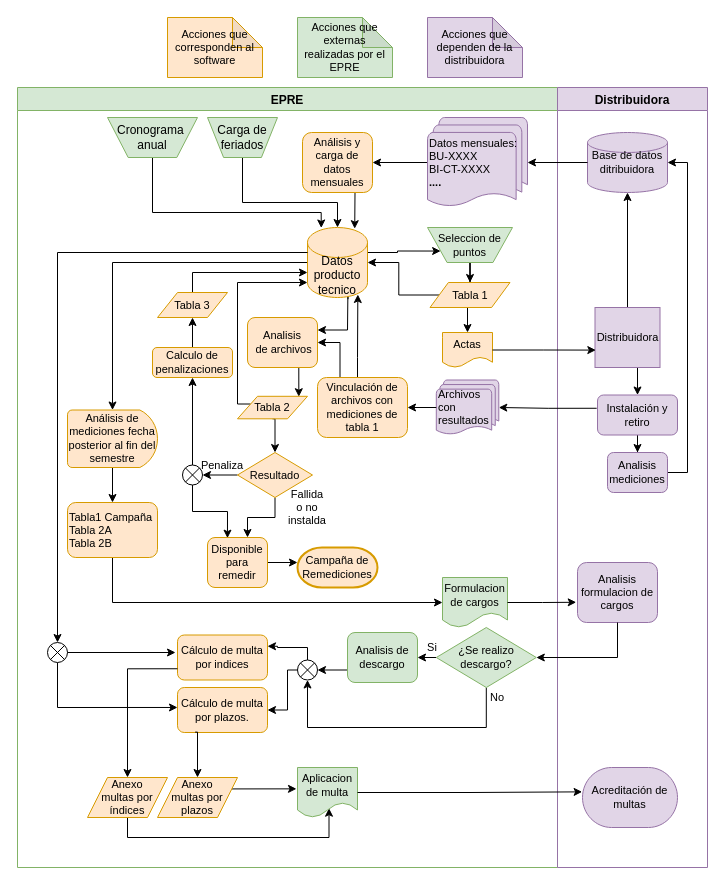
The draw.io diagram Untitled Diagram.drawio in EpreCalidadRN/Datos-de-usuarios-mala-calidad-de-servicio, before the edit. Source tidied: cells renumbered, new cells numbered last; positions are measured from the earlier drawing's top-left corner, leaving out a move shared by most shapes. Both pictures are drawn from the tidied source at 100%, with x=0, y=0 at pixel (17, 17).
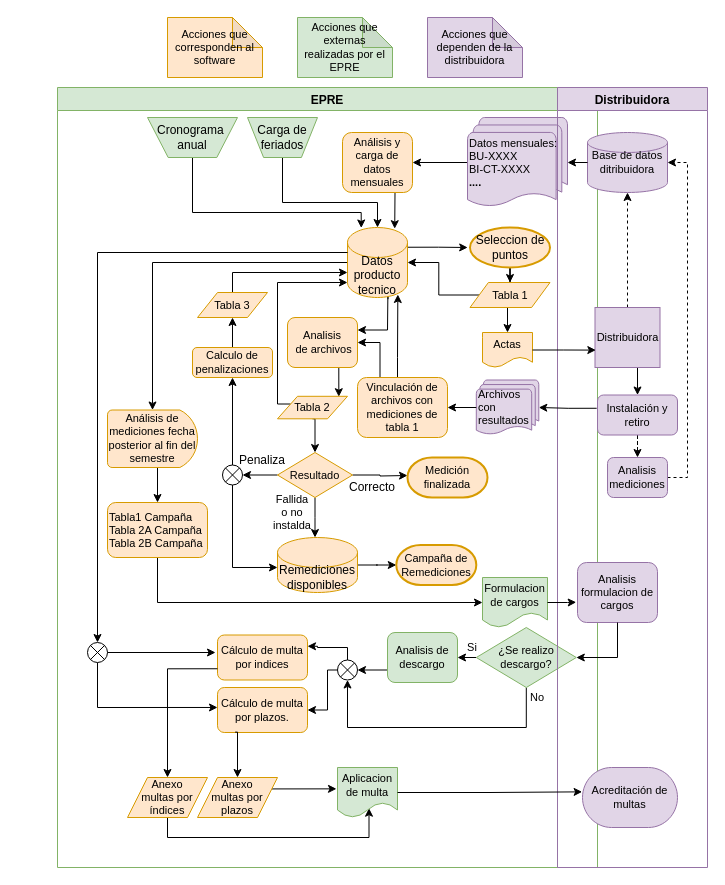
The same page after the edit.

The change refers to these unchanged cells:
```xml
<mxCell id="6" value="Datos producto tecnico" style="shape=cylinder3;whiteSpace=wrap;html=1;boundedLbl=1;backgroundOutline=1;size=15;fillColor=#ffe6cc;strokeColor=#d79b00;" parent="2" vertex="1">
  <mxGeometry x="290" y="140" width="60" height="70" as="geometry" />
</mxCell>
<mxCell id="19" value="Tabla 1" style="shape=parallelogram;html=1;strokeWidth=1;perimeter=parallelogramPerimeter;whiteSpace=wrap;rounded=0;arcSize=12;size=0.23;fontSize=11;fillColor=#ffe6cc;strokeColor=#d79b00;" parent="2" vertex="1">
  <mxGeometry x="412.5" y="195" width="80" height="25" as="geometry" />
</mxCell>
<mxCell id="35" value="Resultado" style="strokeWidth=1;html=1;shape=mxgraph.flowchart.decision;whiteSpace=wrap;rounded=0;fontSize=11;fillColor=#ffe6cc;strokeColor=#d79b00;" parent="2" vertex="1">
  <mxGeometry x="220" y="365" width="75" height="45" as="geometry" />
</mxCell>
<mxCell id="63" style="verticalLabelPosition=bottom;verticalAlign=top;html=1;shape=mxgraph.flowchart.or;rounded=0;fontSize=11;strokeWidth=1;" parent="2" vertex="1">
  <mxGeometry x="165" y="377.5" width="20" height="20" as="geometry" />
</mxCell>
<mxCell id="74" value="Distribuidora" style="swimlane;fillColor=#e1d5e7;strokeColor=#9673a6;shadow=0;" parent="1" vertex="1">
  <mxGeometry x="540" y="70" width="150" height="780" as="geometry" />
</mxCell>
<mxCell id="75" value="Base de datos ditribuidora" style="strokeWidth=1;html=1;shape=mxgraph.flowchart.database;whiteSpace=wrap;fontSize=11;fillColor=#e1d5e7;strokeColor=#9673a6;" parent="74" vertex="1">
  <mxGeometry x="30" y="45" width="80" height="60" as="geometry" />
</mxCell>
<mxCell id="78" value="Distribuidora" style="rounded=0;whiteSpace=wrap;html=1;fontSize=11;strokeWidth=1;fillColor=#e1d5e7;strokeColor=#9673a6;" parent="74" vertex="1">
  <mxGeometry x="37.5" y="220" width="65" height="60" as="geometry" />
</mxCell>
<mxCell id="80" value="Instalación y retiro" style="rounded=1;whiteSpace=wrap;html=1;fontSize=11;strokeWidth=1;fillColor=#e1d5e7;strokeColor=#9673a6;" parent="74" vertex="1">
  <mxGeometry x="40" y="307.5" width="80" height="40" as="geometry" />
</mxCell>
```

What changed in the source:
```diff
@@
     <mxCell id="2" value="EPRE" style="swimlane;fillColor=#d5e8d4;strokeColor=#82b366;align=center;" parent="1" vertex="1">
-      <mxGeometry y="70" width="540" height="780" as="geometry" />
+      <mxGeometry x="40" y="70" width="540" height="780" as="geometry" />
     </mxCell>
-    <mxCell id="3" style="edgeStyle=orthogonalEdgeStyle;rounded=0;jettySize=auto;html=1;exitX=1;exitY=0;exitDx=0;exitDy=25;exitPerimeter=0;entryX=0;entryY=0.75;entryDx=0;entryDy=0;fontSize=11;" parent="2" edge="1" source="6" target="16">
-      <mxGeometry relative="1" as="geometry" />
-    </mxCell>
@@
+    <mxCell id="3" style="edgeStyle=orthogonalEdgeStyle;rounded=0;jettySize=auto;html=1;exitX=1.007;exitY=0.282;exitDx=0;exitDy=0;exitPerimeter=0;entryX=-0.029;entryY=0.5;entryDx=0;entryDy=0;entryPerimeter=0;" parent="2" edge="1" source="6" target="16">
+      <mxGeometry relative="1" as="geometry">
+        <Array as="points">
+          <mxPoint x="381" y="160" />
+        </Array>
+      </mxGeometry>
+    </mxCell>
@@
-    <mxCell id="15" style="edgeStyle=orthogonalEdgeStyle;rounded=0;jettySize=auto;html=1;exitX=0.5;exitY=1;exitDx=0;exitDy=0;fontSize=11;" parent="2" edge="1" source="16" target="19">
+    <mxCell id="15" style="edgeStyle=orthogonalEdgeStyle;rounded=0;jettySize=auto;html=1;exitX=0.5;exitY=1;exitDx=0;exitDy=0;fontSize=11;exitPerimeter=0;" parent="2" edge="1" source="16" target="19">
       <mxGeometry relative="1" as="geometry" />
     </mxCell>
-    <mxCell id="16" value="Seleccion de puntos" style="verticalLabelPosition=middle;verticalAlign=middle;html=1;shape=trapezoid;perimeter=trapezoidPerimeter;whiteSpace=wrap;size=0.23;arcSize=10;flipV=1;labelPosition=center;align=center;fontSize=11;fillColor=#d5e8d4;strokeColor=#82b366;" parent="2" vertex="1">
-      <mxGeometry x="410" y="140" width="85" height="35" as="geometry" />
-    </mxCell>
@@
-    <mxCell id="33" style="edgeStyle=orthogonalEdgeStyle;rounded=0;jettySize=auto;html=1;exitX=0.5;exitY=1;exitDx=0;exitDy=0;exitPerimeter=0;entryX=0.667;entryY=0;entryDx=0;entryDy=0;fontSize=11;entryPerimeter=0;" parent="2" edge="1" source="35" target="40">
-      <mxGeometry relative="1" as="geometry" />
-    </mxCell>
@@
+    <mxCell id="94" style="edgeStyle=orthogonalEdgeStyle;rounded=0;jettySize=auto;html=1;exitX=1;exitY=0.5;exitDx=0;exitDy=0;exitPerimeter=0;" parent="2" edge="1" source="35">
+      <mxGeometry relative="1" as="geometry">
+        <mxPoint x="350" y="388" as="targetPoint" />
+      </mxGeometry>
+    </mxCell>
+    <mxCell id="95" style="edgeStyle=orthogonalEdgeStyle;rounded=0;jettySize=auto;html=1;" parent="2" edge="1" source="35" target="99">
+      <mxGeometry relative="1" as="geometry">
+        <Array as="points">
+          <mxPoint x="258" y="430" />
+          <mxPoint x="258" y="430" />
+        </Array>
+      </mxGeometry>
+    </mxCell>
@@
-    <mxCell id="38" value="Penaliza&lt;br&gt;" style="text;html=1;strokeColor=none;fillColor=none;align=center;verticalAlign=middle;whiteSpace=wrap;rounded=0;fontSize=11;" parent="2" vertex="1">
-      <mxGeometry x="190" y="372.5" width="30" height="10" as="geometry" />
+    <mxCell id="38" value="Penaliza&lt;br style=&quot;font-size: 12px;&quot;&gt;" style="text;html=1;strokeColor=none;fillColor=none;align=center;verticalAlign=middle;whiteSpace=wrap;rounded=0;fontSize=12;" parent="2" vertex="1">
+      <mxGeometry x="190" y="367.5" width="30" height="10" as="geometry" />
     </mxCell>
-    <mxCell id="39" style="edgeStyle=orthogonalEdgeStyle;rounded=0;jettySize=auto;html=1;exitX=1;exitY=0.5;exitDx=0;exitDy=0;entryX=0;entryY=0.375;entryDx=0;entryDy=0;entryPerimeter=0;fontSize=11;" parent="2" edge="1" source="40" target="42">
-      <mxGeometry relative="1" as="geometry" />
-    </mxCell>
-    <mxCell id="40" value="Disponible para remedir" style="rounded=1;whiteSpace=wrap;html=1;fontSize=11;strokeWidth=1;fillColor=#ffe6cc;strokeColor=#d79b00;" parent="2" vertex="1">
-      <mxGeometry x="190" y="450" width="60" height="50" as="geometry" />
-    </mxCell>
     <mxCell id="41" value="Fallida o no instalda" style="text;html=1;strokeColor=none;fillColor=none;align=center;verticalAlign=middle;whiteSpace=wrap;rounded=0;fontSize=11;" parent="2" vertex="1">
-      <mxGeometry x="270" y="415" width="40" height="10" as="geometry" />
+      <mxGeometry x="215" y="420" width="40" height="10" as="geometry" />
     </mxCell>
     <mxCell id="42" value="Campaña de Remediciones" style="strokeWidth=2;html=1;shape=mxgraph.flowchart.terminator;whiteSpace=wrap;rounded=0;fontSize=11;fillColor=#ffe6cc;strokeColor=#d79b00;" parent="2" vertex="1">
-      <mxGeometry x="280" y="460" width="80" height="40" as="geometry" />
+      <mxGeometry x="338.8" y="457.5" width="80" height="40" as="geometry" />
     </mxCell>
@@
-    <mxCell id="44" value="Tabla1 Campaña&lt;br&gt;Tabla 2A&lt;br&gt;Tabla 2B" style="rounded=1;whiteSpace=wrap;html=1;fontSize=11;strokeWidth=1;align=left;fillColor=#ffe6cc;strokeColor=#d79b00;" parent="2" vertex="1">
-      <mxGeometry x="50" y="415" width="90" height="55" as="geometry" />
+    <mxCell id="44" value="Tabla1 Campaña&lt;br&gt;Tabla 2A Campaña&lt;br&gt;Tabla 2B Campaña" style="rounded=1;whiteSpace=wrap;html=1;fontSize=11;strokeWidth=1;align=left;fillColor=#ffe6cc;strokeColor=#d79b00;" parent="2" vertex="1">
+      <mxGeometry x="50" y="415" width="100" height="55" as="geometry" />
     </mxCell>
@@
-    <mxCell id="62" style="edgeStyle=orthogonalEdgeStyle;rounded=0;jettySize=auto;html=1;exitX=0.5;exitY=1;exitDx=0;exitDy=0;exitPerimeter=0;entryX=0.333;entryY=0.013;entryDx=0;entryDy=0;fontSize=11;entryPerimeter=0;" parent="2" edge="1" source="63" target="40">
-      <mxGeometry relative="1" as="geometry">
-        <Array as="points">
-          <mxPoint x="175" y="424" />
-          <mxPoint x="210" y="424" />
-        </Array>
-      </mxGeometry>
-    </mxCell>
+    <mxCell id="96" style="edgeStyle=orthogonalEdgeStyle;rounded=0;jettySize=auto;html=1;exitX=0.5;exitY=1;exitDx=0;exitDy=0;exitPerimeter=0;entryX=0;entryY=0.545;entryDx=0;entryDy=0;entryPerimeter=0;" parent="2" edge="1" source="63" target="99">
+      <mxGeometry relative="1" as="geometry" />
+    </mxCell>
@@
+    <mxCell id="97" value="Medición finalizada" style="strokeWidth=2;html=1;shape=mxgraph.flowchart.terminator;whiteSpace=wrap;rounded=0;fontSize=11;fillColor=#ffe6cc;strokeColor=#d79b00;" parent="2" vertex="1">
+      <mxGeometry x="350" y="370" width="80" height="40" as="geometry" />
+    </mxCell>
+    <mxCell id="98" style="edgeStyle=orthogonalEdgeStyle;rounded=0;jettySize=auto;html=1;" parent="2" edge="1" source="99" target="42">
+      <mxGeometry relative="1" as="geometry" />
+    </mxCell>
+    <mxCell id="99" value="Remediciones disponibles" style="shape=cylinder3;whiteSpace=wrap;html=1;boundedLbl=1;backgroundOutline=1;size=15;fillColor=#ffe6cc;strokeColor=#d79b00;" parent="2" vertex="1">
+      <mxGeometry x="220" y="450" width="80" height="55" as="geometry" />
+    </mxCell>
+    <mxCell id="100" value="Correcto" style="text;html=1;strokeColor=none;fillColor=none;align=center;verticalAlign=middle;whiteSpace=wrap;rounded=0;" parent="2" vertex="1">
+      <mxGeometry x="285" y="385" width="60" height="30" as="geometry" />
+    </mxCell>
+    <mxCell id="16" value="Seleccion de puntos" style="strokeWidth=2;html=1;shape=mxgraph.flowchart.start_1;whiteSpace=wrap;fillColor=#ffe6cc;strokeColor=#d79b00;" parent="2" vertex="1">
+      <mxGeometry x="412.5" y="140" width="80" height="40" as="geometry" />
+    </mxCell>
@@
-    <mxCell id="76" style="edgeStyle=orthogonalEdgeStyle;rounded=0;jettySize=auto;html=1;entryX=0.5;entryY=1;entryDx=0;entryDy=0;entryPerimeter=0;fontSize=11;" parent="74" edge="1" source="78" target="75">
+    <mxCell id="76" style="edgeStyle=orthogonalEdgeStyle;rounded=0;jettySize=auto;html=1;entryX=0.5;entryY=1;entryDx=0;entryDy=0;entryPerimeter=0;fontSize=11;dashed=1;" parent="74" edge="1" source="78" target="75">
       <mxGeometry relative="1" as="geometry" />
     </mxCell>
@@
-    <mxCell id="79" style="edgeStyle=orthogonalEdgeStyle;rounded=0;jettySize=auto;html=1;exitX=0.5;exitY=1;exitDx=0;exitDy=0;fontSize=11;" parent="74" edge="1" source="80" target="82">
+    <mxCell id="79" style="edgeStyle=orthogonalEdgeStyle;rounded=0;jettySize=auto;html=1;exitX=0.5;exitY=1;exitDx=0;exitDy=0;fontSize=11;dashed=1;" parent="74" edge="1" source="80" target="82">
       <mxGeometry relative="1" as="geometry" />
     </mxCell>
@@
-    <mxCell id="81" style="edgeStyle=orthogonalEdgeStyle;rounded=0;jettySize=auto;html=1;exitX=1;exitY=0.5;exitDx=0;exitDy=0;entryX=1;entryY=0.5;entryDx=0;entryDy=0;entryPerimeter=0;fontSize=11;" parent="74" edge="1" source="82" target="75">
+    <mxCell id="81" style="edgeStyle=orthogonalEdgeStyle;rounded=0;jettySize=auto;html=1;exitX=1;exitY=0.5;exitDx=0;exitDy=0;entryX=1;entryY=0.5;entryDx=0;entryDy=0;entryPerimeter=0;fontSize=11;dashed=1;" parent="74" edge="1" source="82" target="75">
       <mxGeometry relative="1" as="geometry" />
     </mxCell>
     <mxCell id="82" value="Analisis mediciones" style="rounded=1;whiteSpace=wrap;html=1;fontSize=11;strokeWidth=1;fillColor=#e1d5e7;strokeColor=#9673a6;" parent="74" vertex="1">
-      <mxGeometry x="50" y="365" width="60" height="40" as="geometry" />
+      <mxGeometry x="50" y="370" width="60" height="40" as="geometry" />
     </mxCell>
```
